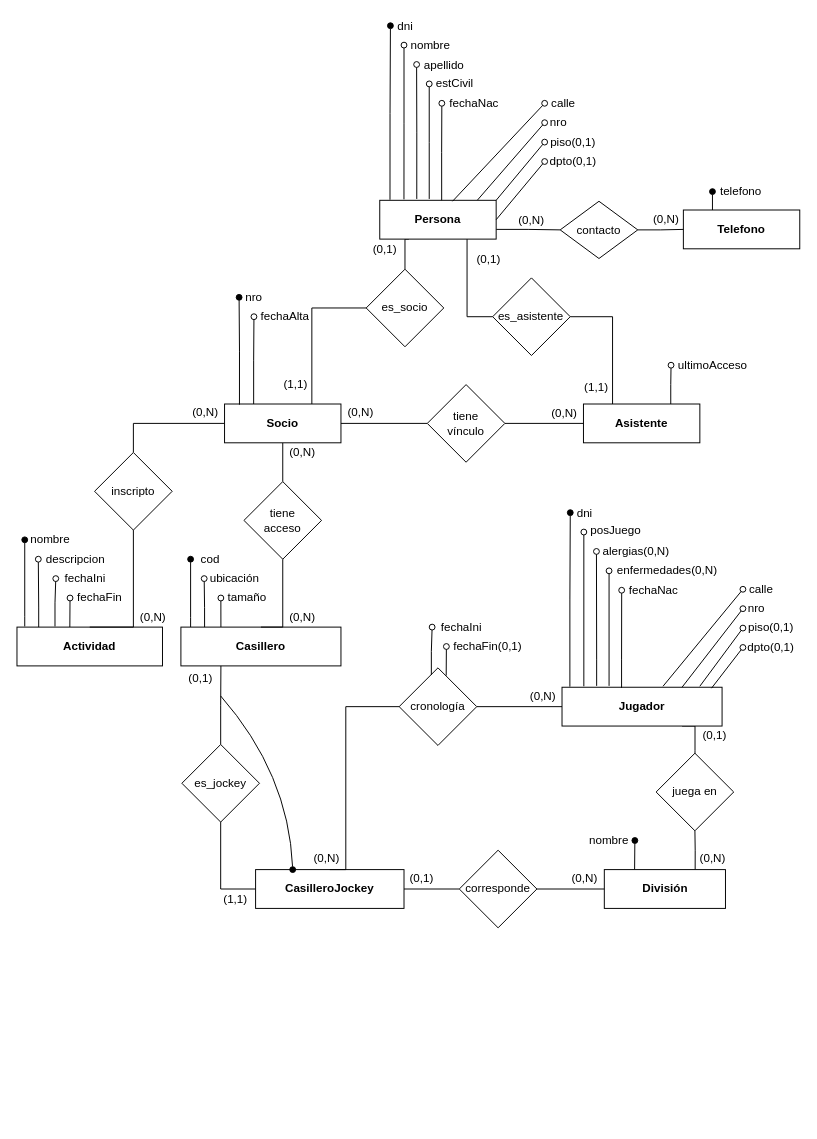
The draw.io diagram BD/01-modelos/01-casilleros/ej1-logico.drawio in sergiocld99/unlp-tramo-final, before the edit. Source tidied: cells renumbered, new cells numbered last; positions are measured from the earlier drawing's top-left corner, leaving out a move shared by most shapes. Both pictures are drawn from the tidied source at 97%, with x=0, y=0 at pixel (16, 16).
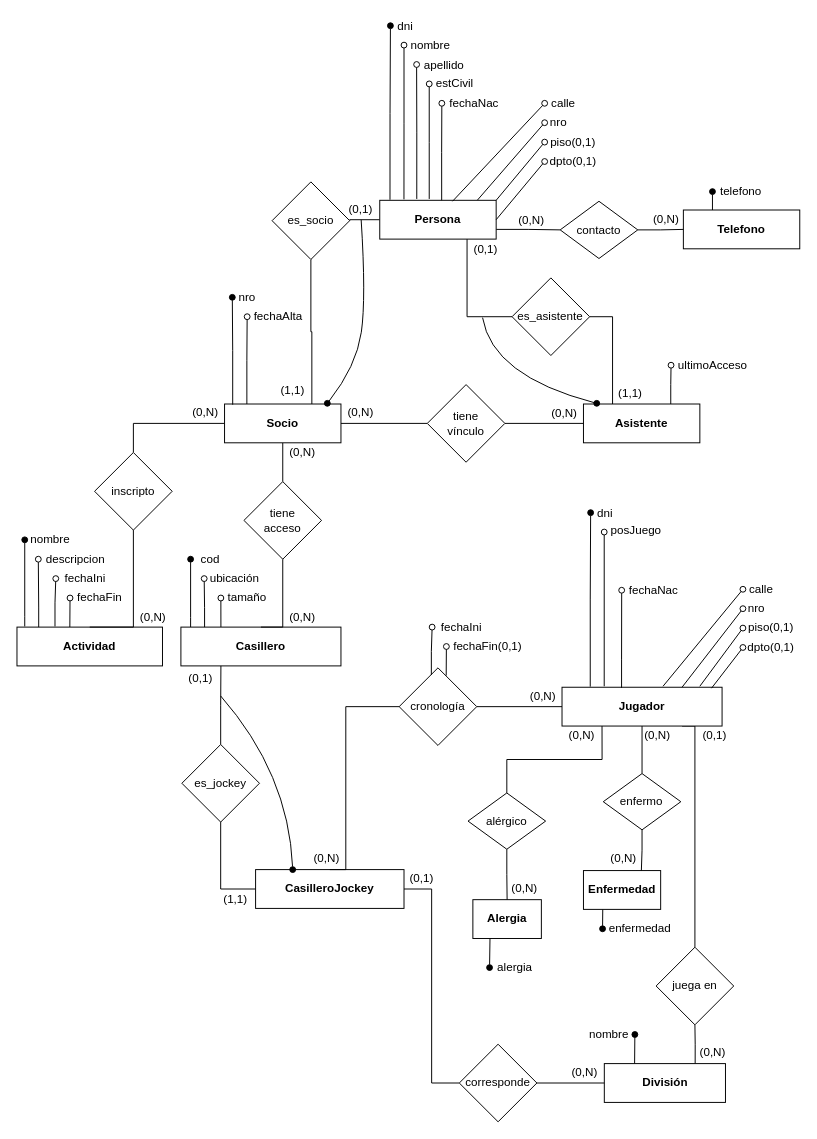
Above is the later version.

Unchanged cells that the change refers to:
```xml
<mxCell id="10" value="Persona" style="rounded=0;whiteSpace=wrap;html=1;fontStyle=1;" parent="1" vertex="1">
  <mxGeometry x="374" y="189" width="120" height="40" as="geometry" />
</mxCell>
<mxCell id="27" value="Socio" style="rounded=0;whiteSpace=wrap;html=1;fontStyle=1;" parent="1" vertex="1">
  <mxGeometry x="214" y="399" width="120" height="40" as="geometry" />
</mxCell>
<mxCell id="29" value="Asistente" style="rounded=0;whiteSpace=wrap;html=1;fontStyle=1;" parent="1" vertex="1">
  <mxGeometry x="584" y="399" width="120" height="40" as="geometry" />
</mxCell>
<mxCell id="65" value="Jugador" style="rounded=0;whiteSpace=wrap;html=1;fontStyle=1;" parent="1" vertex="1">
  <mxGeometry x="561.9" y="691" width="165" height="40" as="geometry" />
</mxCell>
```

The edit, as a diff of the source:
```diff
@@
-    <mxCell id="7" style="edgeStyle=orthogonalEdgeStyle;rounded=0;jettySize=auto;html=1;exitX=0.25;exitY=1;exitDx=0;exitDy=0;entryX=0.5;entryY=0;entryDx=0;entryDy=0;endArrow=none;endFill=0;" parent="1" edge="1" source="10" target="112">
+    <mxCell id="7" style="edgeStyle=orthogonalEdgeStyle;rounded=0;jettySize=auto;html=1;exitX=0;exitY=0.5;exitDx=0;exitDy=0;entryX=1;entryY=0.5;entryDx=0;entryDy=0;endArrow=none;endFill=0;" parent="1" edge="1" source="10" target="112">
       <mxGeometry relative="1" as="geometry" />
     </mxCell>
@@
-    <mxCell id="24" style="edgeStyle=orthogonalEdgeStyle;rounded=0;jettySize=auto;html=1;exitX=0.25;exitY=0;exitDx=0;exitDy=0;endArrow=oval;endFill=0;" parent="1" edge="1" source="27">
+    <mxCell id="24" style="edgeStyle=orthogonalEdgeStyle;rounded=0;orthogonalLoop=1;jettySize=auto;html=1;exitX=0.25;exitY=0;exitDx=0;exitDy=0;endArrow=oval;endFill=0;" parent="1" edge="1">
       <mxGeometry relative="1" as="geometry">
-        <mxPoint x="244.3" y="309" as="targetPoint" />
+        <mxPoint x="237" y="399" as="sourcePoint" />
+        <mxPoint x="237.3" y="309" as="targetPoint" />
+        <Array as="points">
+          <mxPoint x="237" y="354" />
+        </Array>
       </mxGeometry>
     </mxCell>
@@
     <mxCell id="36" value="fechaAlta" style="text;html=1;align=center;verticalAlign=middle;strokeColor=none;fillColor=none;" parent="1" vertex="1">
-      <mxGeometry x="241" y="299" width="70" height="20" as="geometry" />
+      <mxGeometry x="234" y="299" width="70" height="20" as="geometry" />
     </mxCell>
-    <mxCell id="37" style="edgeStyle=orthogonalEdgeStyle;rounded=0;jettySize=auto;html=1;exitX=0.128;exitY=0.017;exitDx=0;exitDy=0;endArrow=oval;endFill=1;exitPerimeter=0;" parent="1" edge="1" source="27">
+    <mxCell id="37" style="edgeStyle=orthogonalEdgeStyle;rounded=0;orthogonalLoop=1;jettySize=auto;html=1;exitX=0.128;exitY=0.017;exitDx=0;exitDy=0;endArrow=oval;endFill=1;exitPerimeter=0;" parent="1" edge="1">
       <mxGeometry relative="1" as="geometry">
-        <mxPoint x="229" y="289" as="targetPoint" />
+        <mxPoint x="222.4" y="399.7" as="sourcePoint" />
+        <mxPoint x="222" y="289" as="targetPoint" />
+        <Array as="points">
+          <mxPoint x="222" y="344" />
+        </Array>
       </mxGeometry>
     </mxCell>
     <mxCell id="38" value="nro" style="text;html=1;align=center;verticalAlign=middle;strokeColor=none;fillColor=none;" parent="1" vertex="1">
-      <mxGeometry x="229" y="279" width="30" height="20" as="geometry" />
+      <mxGeometry x="222" y="279" width="30" height="20" as="geometry" />
     </mxCell>
@@
-    <mxCell id="64" style="edgeStyle=orthogonalEdgeStyle;rounded=0;jettySize=auto;html=1;exitX=0.75;exitY=1;exitDx=0;exitDy=0;entryX=0.5;entryY=0;entryDx=0;entryDy=0;endArrow=none;endFill=0;" parent="1" edge="1" source="65">
+    <mxCell id="64" style="edgeStyle=orthogonalEdgeStyle;rounded=0;jettySize=auto;html=1;exitX=0.75;exitY=1;exitDx=0;exitDy=0;entryX=0.5;entryY=0;entryDx=0;entryDy=0;endArrow=none;endFill=0;" parent="1" edge="1" source="65" target="96">
       <mxGeometry relative="1" as="geometry">
-        <mxPoint x="698.9" y="781" as="targetPoint" />
         <Array as="points">
           <mxPoint x="699" y="731" />
-          <mxPoint x="699" y="756" />
-          <mxPoint x="698" y="756" />
         </Array>
       </mxGeometry>
     </mxCell>
+    <mxCell id="126" style="edgeStyle=orthogonalEdgeStyle;rounded=0;jettySize=auto;html=1;exitX=0.25;exitY=1;exitDx=0;exitDy=0;entryX=0.5;entryY=0;entryDx=0;entryDy=0;endArrow=none;endFill=0;" parent="1" edge="1" source="65" target="135">
+      <mxGeometry relative="1" as="geometry" />
+    </mxCell>
+    <mxCell id="127" style="edgeStyle=orthogonalEdgeStyle;rounded=0;jettySize=auto;html=1;exitX=0.5;exitY=1;exitDx=0;exitDy=0;entryX=0.5;entryY=0;entryDx=0;entryDy=0;endArrow=none;endFill=0;" parent="1" edge="1" source="65" target="137">
+      <mxGeometry relative="1" as="geometry" />
+    </mxCell>
@@
     <mxCell id="67" style="edgeStyle=orthogonalEdgeStyle;rounded=0;orthogonalLoop=1;jettySize=auto;html=1;exitX=0.088;exitY=-0.015;exitDx=0;exitDy=0;endArrow=oval;endFill=1;exitPerimeter=0;" parent="1" edge="1">
       <mxGeometry relative="1" as="geometry">
-        <mxPoint x="570" y="690.4" as="sourcePoint" />
-        <mxPoint x="570.4" y="511" as="targetPoint" />
+        <mxPoint x="591" y="690.4" as="sourcePoint" />
+        <mxPoint x="591.4" y="511" as="targetPoint" />
         <Array as="points">
-          <mxPoint x="570" y="601" />
+          <mxPoint x="591" y="601" />
         </Array>
       </mxGeometry>
     </mxCell>
     <mxCell id="68" style="edgeStyle=orthogonalEdgeStyle;rounded=0;orthogonalLoop=1;jettySize=auto;html=1;exitX=0.208;exitY=-0.025;exitDx=0;exitDy=0;endArrow=oval;endFill=0;exitPerimeter=0;" parent="1" edge="1">
       <mxGeometry relative="1" as="geometry">
-        <mxPoint x="584.4" y="690" as="sourcePoint" />
-        <mxPoint x="584.4" y="531" as="targetPoint" />
+        <mxPoint x="605.4" y="690" as="sourcePoint" />
+        <mxPoint x="605.4" y="531" as="targetPoint" />
       </mxGeometry>
     </mxCell>
-    <mxCell id="69" style="edgeStyle=orthogonalEdgeStyle;rounded=0;orthogonalLoop=1;jettySize=auto;html=1;endArrow=oval;endFill=0;exitX=0.318;exitY=-0.035;exitDx=0;exitDy=0;exitPerimeter=0;" parent="1" edge="1">
-      <mxGeometry relative="1" as="geometry">
-        <mxPoint x="597.6" y="689.6" as="sourcePoint" />
-        <mxPoint x="597.4" y="551" as="targetPoint" />
-        <Array as="points">
-          <mxPoint x="597" y="662" />
-          <mxPoint x="597" y="662" />
-        </Array>
-      </mxGeometry>
-    </mxCell>
-    <mxCell id="70" style="edgeStyle=orthogonalEdgeStyle;rounded=0;orthogonalLoop=1;jettySize=auto;html=1;exitX=0.425;exitY=-0.035;exitDx=0;exitDy=0;endArrow=oval;endFill=0;exitPerimeter=0;" parent="1" edge="1">
-      <mxGeometry relative="1" as="geometry">
-        <mxPoint x="610.4" y="689.6" as="sourcePoint" />
-        <mxPoint x="610.4" y="571" as="targetPoint" />
-      </mxGeometry>
-    </mxCell>
@@
     <mxCell id="72" value="dni" style="text;html=1;align=center;verticalAlign=middle;strokeColor=none;fillColor=none;" parent="1" vertex="1">
-      <mxGeometry x="570.4" y="502" width="30" height="20" as="geometry" />
+      <mxGeometry x="591.4" y="502" width="30" height="20" as="geometry" />
     </mxCell>
     <mxCell id="73" value="posJuego" style="text;html=1;align=center;verticalAlign=middle;strokeColor=none;fillColor=none;" parent="1" vertex="1">
-      <mxGeometry x="582.4" y="520" width="70" height="20" as="geometry" />
+      <mxGeometry x="603.4" y="520" width="70" height="20" as="geometry" />
     </mxCell>
-    <mxCell id="74" value="alergias(0,N)" style="text;html=1;align=center;verticalAlign=middle;strokeColor=none;fillColor=none;" parent="1" vertex="1">
-      <mxGeometry x="598.4" y="541" width="80" height="20" as="geometry" />
-    </mxCell>
-    <mxCell id="75" value="enfermedades(0,N)" style="text;html=1;align=center;verticalAlign=middle;strokeColor=none;fillColor=none;" parent="1" vertex="1">
-      <mxGeometry x="610.4" y="561" width="120" height="20" as="geometry" />
-    </mxCell>
@@
     <mxCell id="94" style="edgeStyle=orthogonalEdgeStyle;rounded=0;jettySize=auto;html=1;exitX=0.25;exitY=0;exitDx=0;exitDy=0;endArrow=oval;endFill=1;" parent="1" edge="1" source="95">
       <mxGeometry relative="1" as="geometry">
-        <mxPoint x="637" y="849" as="targetPoint" />
+        <mxPoint x="637" y="1049" as="targetPoint" />
       </mxGeometry>
     </mxCell>
     <mxCell id="95" value="División" style="rounded=0;whiteSpace=wrap;html=1;fontStyle=1;" parent="1" vertex="1">
-      <mxGeometry x="605.5" y="879" width="124.9" height="40" as="geometry" />
+      <mxGeometry x="605.5" y="1079" width="124.9" height="40" as="geometry" />
     </mxCell>
     <mxCell id="96" value="juega en" style="rhombus;whiteSpace=wrap;html=1;" parent="1" vertex="1">
-      <mxGeometry x="658.9" y="759" width="80" height="80" as="geometry" />
+      <mxGeometry x="658.9" y="959" width="80" height="80" as="geometry" />
     </mxCell>
@@
     <mxCell id="98" value="(0,N)" style="text;html=1;align=center;verticalAlign=middle;strokeColor=none;fillColor=none;" parent="1" vertex="1">
-      <mxGeometry x="697" y="858" width="40" height="20" as="geometry" />
+      <mxGeometry x="697" y="1058" width="40" height="20" as="geometry" />
     </mxCell>
     <mxCell id="99" value="nombre" style="text;html=1;align=center;verticalAlign=middle;strokeColor=none;fillColor=none;" parent="1" vertex="1">
-      <mxGeometry x="580.4" y="839" width="60" height="20" as="geometry" />
+      <mxGeometry x="580.4" y="1039" width="60" height="20" as="geometry" />
     </mxCell>
@@
     <mxCell id="102" value="corresponde" style="rhombus;whiteSpace=wrap;html=1;" parent="1" vertex="1">
-      <mxGeometry x="456" y="859" width="80" height="80" as="geometry" />
+      <mxGeometry x="456" y="1059" width="80" height="80" as="geometry" />
     </mxCell>
     <mxCell id="103" value="(0,N)" style="text;html=1;align=center;verticalAlign=middle;strokeColor=none;fillColor=none;" parent="1" vertex="1">
-      <mxGeometry x="565.4" y="878" width="40" height="20" as="geometry" />
+      <mxGeometry x="565.4" y="1078" width="40" height="20" as="geometry" />
     </mxCell>
@@
-    <mxCell id="111" style="edgeStyle=orthogonalEdgeStyle;rounded=0;jettySize=auto;html=1;exitX=0;exitY=0.5;exitDx=0;exitDy=0;entryX=0.75;entryY=0;entryDx=0;entryDy=0;endArrow=none;endFill=0;" parent="1" edge="1" source="112" target="27">
+    <mxCell id="111" style="edgeStyle=orthogonalEdgeStyle;rounded=0;jettySize=auto;html=1;exitX=0.5;exitY=1;exitDx=0;exitDy=0;entryX=0.75;entryY=0;entryDx=0;entryDy=0;endArrow=none;endFill=0;" parent="1" edge="1" source="112" target="27">
       <mxGeometry relative="1" as="geometry" />
     </mxCell>
     <mxCell id="112" value="es_socio" style="rhombus;whiteSpace=wrap;html=1;" parent="1" vertex="1">
-      <mxGeometry x="360" y="260" width="80" height="80" as="geometry" />
+      <mxGeometry x="263" y="170" width="80" height="80" as="geometry" />
     </mxCell>
@@
     <mxCell id="114" value="es_asistente" style="rhombus;whiteSpace=wrap;html=1;" parent="1" vertex="1">
-      <mxGeometry x="490.4" y="269" width="80" height="80" as="geometry" />
+      <mxGeometry x="510.4" y="269" width="80" height="80" as="geometry" />
     </mxCell>
     <mxCell id="115" value="(0,1)" style="text;html=1;align=center;verticalAlign=middle;strokeColor=none;fillColor=none;" parent="1" vertex="1">
-      <mxGeometry x="466" y="240" width="40" height="20" as="geometry" />
+      <mxGeometry x="463" y="230" width="40" height="20" as="geometry" />
     </mxCell>
     <mxCell id="116" value="(0,1)" style="text;html=1;align=center;verticalAlign=middle;points=[];strokeColor=none;fillColor=none;" parent="1" vertex="1">
-      <mxGeometry x="359" y="230" width="40" height="20" as="geometry" />
+      <mxGeometry x="334" y="189" width="40" height="20" as="geometry" />
     </mxCell>
     <mxCell id="117" value="(1,1)" style="text;html=1;align=center;verticalAlign=middle;strokeColor=none;fillColor=none;" parent="1" vertex="1">
-      <mxGeometry x="577.4" y="372" width="40" height="20" as="geometry" />
+      <mxGeometry x="612.4" y="378" width="40" height="20" as="geometry" />
     </mxCell>
     <mxCell id="118" value="(1,1)" style="text;html=1;align=center;verticalAlign=middle;strokeColor=none;fillColor=none;" parent="1" vertex="1">
-      <mxGeometry x="267" y="369" width="40" height="20" as="geometry" />
+      <mxGeometry x="264" y="375" width="40" height="20" as="geometry" />
     </mxCell>
@@
+    <mxCell id="128" style="curved=1;endArrow=oval;html=1;rounded=0;exitX=0.521;exitY=1.007;exitDx=0;exitDy=0;exitPerimeter=0;entryX=0.883;entryY=-0.018;entryDx=0;entryDy=0;entryPerimeter=0;endFill=1;" parent="1" edge="1" source="116" target="27">
+      <mxGeometry relative="1" as="geometry">
+        <Array as="points">
+          <mxPoint x="360" y="290" />
+          <mxPoint x="350" y="360" />
+        </Array>
+      </mxGeometry>
+    </mxCell>
+    <mxCell id="129" style="curved=1;endArrow=oval;html=1;rounded=0;entryX=0.114;entryY=-0.018;entryDx=0;entryDy=0;entryPerimeter=0;endFill=1;" parent="1" edge="1" target="29">
+      <mxGeometry relative="1" as="geometry">
+        <mxPoint x="480" y="310" as="sourcePoint" />
+        <Array as="points">
+          <mxPoint x="490" y="370" />
+        </Array>
+      </mxGeometry>
+    </mxCell>
+    <mxCell id="130" style="edgeStyle=orthogonalEdgeStyle;rounded=0;jettySize=auto;html=1;exitX=0.25;exitY=1;exitDx=0;exitDy=0;endArrow=oval;endFill=1;" parent="1" edge="1" source="131">
+      <mxGeometry relative="1" as="geometry">
+        <mxPoint x="487.2" y="980" as="targetPoint" />
+      </mxGeometry>
+    </mxCell>
+    <mxCell id="131" value="Alergia" style="rounded=0;whiteSpace=wrap;html=1;fontStyle=1;" parent="1" vertex="1">
+      <mxGeometry x="470" y="910" width="70.6" height="40" as="geometry" />
+    </mxCell>
+    <mxCell id="132" style="edgeStyle=orthogonalEdgeStyle;rounded=0;jettySize=auto;html=1;exitX=0.25;exitY=1;exitDx=0;exitDy=0;endArrow=oval;endFill=1;" parent="1" edge="1" source="133">
+      <mxGeometry relative="1" as="geometry">
+        <mxPoint x="603.7" y="940" as="targetPoint" />
+      </mxGeometry>
+    </mxCell>
+    <mxCell id="133" value="Enfermedad" style="rounded=0;whiteSpace=wrap;html=1;fontStyle=1;" parent="1" vertex="1">
+      <mxGeometry x="584" y="880" width="79.6" height="40" as="geometry" />
+    </mxCell>
+    <mxCell id="134" style="edgeStyle=orthogonalEdgeStyle;rounded=0;jettySize=auto;html=1;exitX=0.5;exitY=1;exitDx=0;exitDy=0;entryX=0.5;entryY=0;entryDx=0;entryDy=0;endArrow=none;endFill=0;" parent="1" edge="1" source="135" target="131">
+      <mxGeometry relative="1" as="geometry" />
+    </mxCell>
+    <mxCell id="135" value="alérgico" style="rhombus;whiteSpace=wrap;html=1;" parent="1" vertex="1">
+      <mxGeometry x="465" y="800" width="80" height="58" as="geometry" />
+    </mxCell>
+    <mxCell id="136" style="edgeStyle=orthogonalEdgeStyle;rounded=0;jettySize=auto;html=1;exitX=0.5;exitY=1;exitDx=0;exitDy=0;entryX=0.75;entryY=0;entryDx=0;entryDy=0;endArrow=none;endFill=0;" parent="1" edge="1" source="137" target="133">
+      <mxGeometry relative="1" as="geometry" />
+    </mxCell>
+    <mxCell id="137" value="enfermo" style="rhombus;whiteSpace=wrap;html=1;" parent="1" vertex="1">
+      <mxGeometry x="604.4" y="780" width="80" height="58" as="geometry" />
+    </mxCell>
+    <mxCell id="138" value="(0,N)" style="text;html=1;align=center;verticalAlign=middle;strokeColor=none;fillColor=none;" parent="1" vertex="1">
+      <mxGeometry x="561.9" y="731" width="40" height="20" as="geometry" />
+    </mxCell>
+    <mxCell id="139" value="(0,N)" style="text;html=1;align=center;verticalAlign=middle;strokeColor=none;fillColor=none;" parent="1" vertex="1">
+      <mxGeometry x="503" y="889" width="40" height="20" as="geometry" />
+    </mxCell>
+    <mxCell id="140" value="(0,N)" style="text;html=1;align=center;verticalAlign=middle;strokeColor=none;fillColor=none;" parent="1" vertex="1">
+      <mxGeometry x="640" y="731" width="40" height="20" as="geometry" />
+    </mxCell>
+    <mxCell id="141" value="(0,N)" style="text;html=1;align=center;verticalAlign=middle;strokeColor=none;fillColor=none;" parent="1" vertex="1">
+      <mxGeometry x="605.4" y="858" width="40" height="20" as="geometry" />
+    </mxCell>
+    <mxCell id="142" value="alergia" style="text;html=1;align=center;verticalAlign=middle;strokeColor=none;fillColor=none;" parent="1" vertex="1">
+      <mxGeometry x="488" y="970" width="50" height="20" as="geometry" />
+    </mxCell>
+    <mxCell id="143" value="enfermedad" style="text;html=1;align=center;verticalAlign=middle;strokeColor=none;fillColor=none;" parent="1" vertex="1">
+      <mxGeometry x="601.9" y="930" width="80" height="20" as="geometry" />
+    </mxCell>
```
